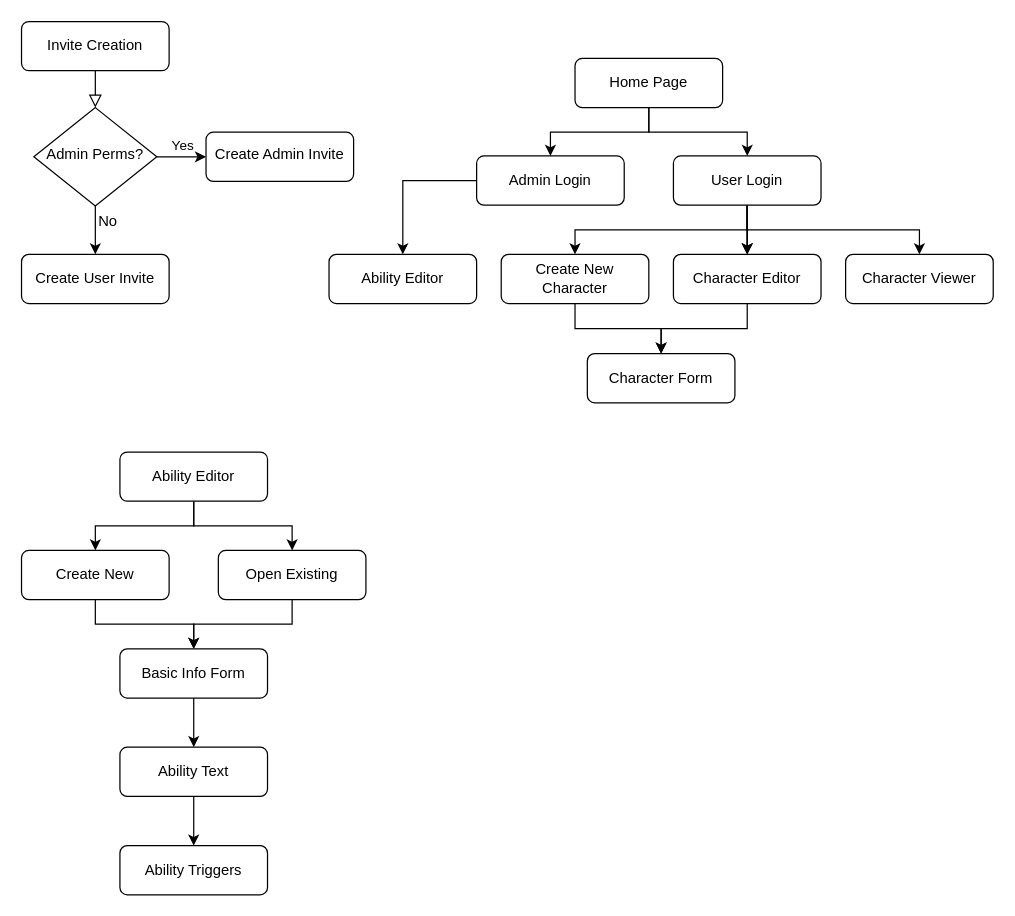
This is TokuSheetSiteLayout.drawio from daria-mianne/TokuGameSheets, a draw.io file, before an edit. Source tidied: cells renumbered, new cells numbered last; positions are measured from the earlier drawing's top-left corner, leaving out a move shared by most shapes. Both pictures are drawn from the tidied source at 123%, with x=0, y=0 at pixel (21, 21).
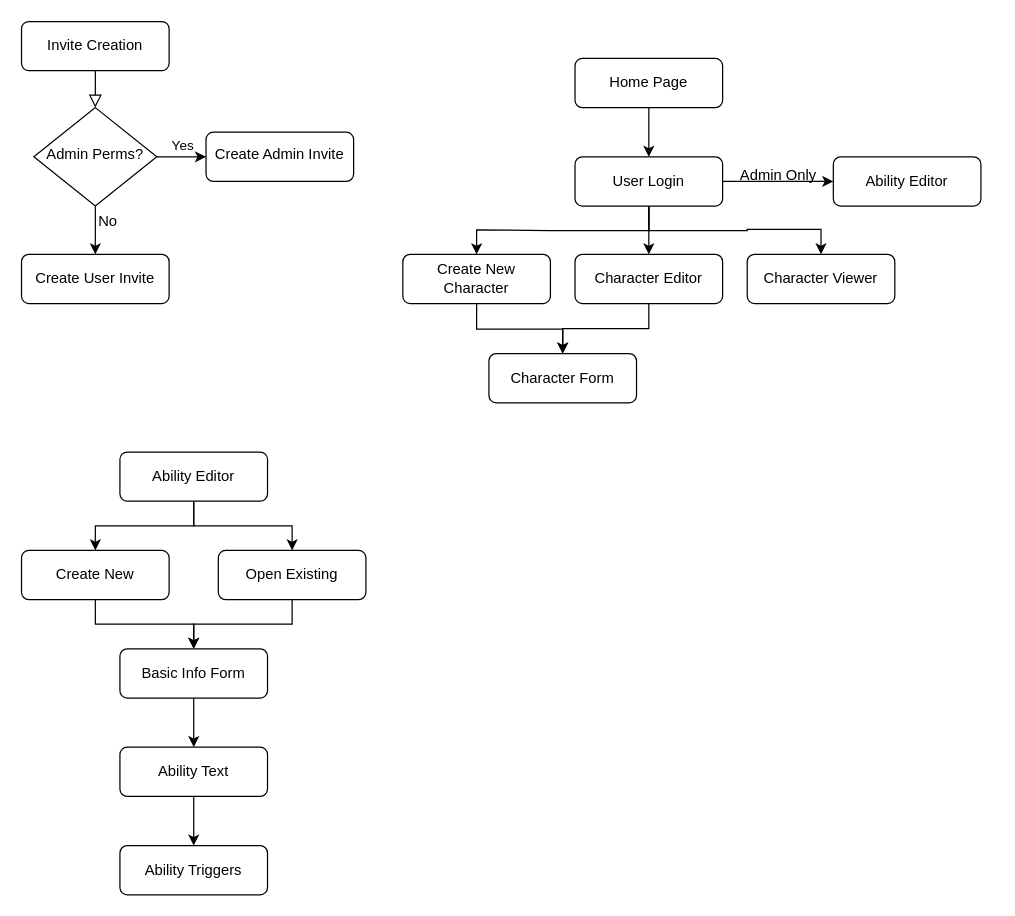
After the change.

Commit message:
Remove Redundant login flow

Unchanged cells that the change refers to:
```xml
<mxCell id="12" value="Home Page" style="rounded=1;whiteSpace=wrap;html=1;" parent="1" vertex="1">
  <mxGeometry x="450" y="30" width="120" height="40" as="geometry" />
</mxCell>
```

The edit, as a diff of the source:
```diff
@@
-    <mxCell id="10" style="edgeStyle=orthogonalEdgeStyle;rounded=0;jettySize=auto;html=1;" parent="1" edge="1" source="12" target="14">
-      <mxGeometry relative="1" as="geometry" />
-    </mxCell>
@@
-    <mxCell id="13" style="edgeStyle=orthogonalEdgeStyle;rounded=0;jettySize=auto;html=1;" parent="1" edge="1" source="14" target="21">
-      <mxGeometry relative="1" as="geometry">
-        <Array as="points">
-          <mxPoint x="310" y="129.3" />
-        </Array>
-      </mxGeometry>
-    </mxCell>
-    <mxCell id="14" value="Admin Login" style="whiteSpace=wrap;html=1;rounded=1;" parent="1" vertex="1">
-      <mxGeometry x="370" y="109.3" width="120" height="40" as="geometry" />
-    </mxCell>
@@
     <mxCell id="16" style="edgeStyle=orthogonalEdgeStyle;rounded=0;jettySize=auto;html=1;" parent="1" edge="1" source="20" target="26">
-      <mxGeometry relative="1" as="geometry" />
+      <mxGeometry relative="1" as="geometry">
+        <Array as="points">
+          <mxPoint x="510" y="190" />
+          <mxPoint x="510" y="190" />
+        </Array>
+      </mxGeometry>
     </mxCell>
-    <mxCell id="17" style="edgeStyle=orthogonalEdgeStyle;rounded=0;jettySize=auto;html=1;" parent="1" edge="1" source="20" target="26">
-      <mxGeometry relative="1" as="geometry" />
-    </mxCell>
-    <mxCell id="18" style="edgeStyle=orthogonalEdgeStyle;rounded=0;jettySize=auto;html=1;" parent="1" edge="1" source="20" target="26">
-      <mxGeometry relative="1" as="geometry" />
-    </mxCell>
     <mxCell id="19" style="edgeStyle=orthogonalEdgeStyle;rounded=0;jettySize=auto;html=1;" parent="1" edge="1" source="20" target="27">
       <mxGeometry relative="1" as="geometry">
         <Array as="points">
-          <mxPoint x="590" y="169.3" />
-          <mxPoint x="730" y="169.3" />
+          <mxPoint x="510" y="170" />
+          <mxPoint x="590" y="170" />
+          <mxPoint x="730" y="169" />
         </Array>
       </mxGeometry>
     </mxCell>
+    <mxCell id="42" style="edgeStyle=orthogonalEdgeStyle;rounded=0;jettySize=auto;html=1;" parent="1" edge="1" source="20" target="21">
+      <mxGeometry relative="1" as="geometry" />
+    </mxCell>
     <mxCell id="20" value="User Login" style="whiteSpace=wrap;html=1;rounded=1;" parent="1" vertex="1">
-      <mxGeometry x="530" y="109.3" width="120" height="40" as="geometry" />
+      <mxGeometry x="450" y="110" width="120" height="40" as="geometry" />
     </mxCell>
     <mxCell id="21" value="Ability Editor" style="whiteSpace=wrap;html=1;rounded=1;" parent="1" vertex="1">
-      <mxGeometry x="250" y="189.3" width="120" height="40" as="geometry" />
+      <mxGeometry x="660" y="110" width="120" height="40" as="geometry" />
     </mxCell>
@@
     <mxCell id="23" style="edgeStyle=orthogonalEdgeStyle;rounded=0;jettySize=auto;html=1;" parent="1" edge="1" source="24" target="40">
-      <mxGeometry relative="1" as="geometry" />
+      <mxGeometry relative="1" as="geometry">
+        <Array as="points">
+          <mxPoint x="370" y="250" />
+          <mxPoint x="440" y="250" />
+        </Array>
+      </mxGeometry>
     </mxCell>
     <mxCell id="24" value="Create New Character" style="whiteSpace=wrap;html=1;rounded=1;" parent="1" vertex="1">
-      <mxGeometry x="390" y="189.3" width="120" height="40" as="geometry" />
+      <mxGeometry x="310" y="189.3" width="120" height="40" as="geometry" />
     </mxCell>
@@
     <mxCell id="26" value="Character Editor" style="whiteSpace=wrap;html=1;rounded=1;" parent="1" vertex="1">
-      <mxGeometry x="530" y="189.3" width="120" height="40" as="geometry" />
+      <mxGeometry x="450" y="189.3" width="120" height="40" as="geometry" />
     </mxCell>
     <mxCell id="27" value="Character Viewer" style="whiteSpace=wrap;html=1;rounded=1;" parent="1" vertex="1">
-      <mxGeometry x="670" y="189.3" width="120" height="40" as="geometry" />
+      <mxGeometry x="590" y="189.3" width="120" height="40" as="geometry" />
     </mxCell>
@@
     <mxCell id="40" value="Character Form" style="whiteSpace=wrap;html=1;rounded=1;" parent="1" vertex="1">
-      <mxGeometry x="460" y="270" width="120" height="40" as="geometry" />
+      <mxGeometry x="380" y="270" width="120" height="40" as="geometry" />
     </mxCell>
@@
+    <mxCell id="43" value="Admin Only" style="text;html=1;align=center;verticalAlign=middle;strokeColor=none;fillColor=none;" parent="1" vertex="1">
+      <mxGeometry x="570" y="110" width="90" height="30" as="geometry" />
+    </mxCell>
```
